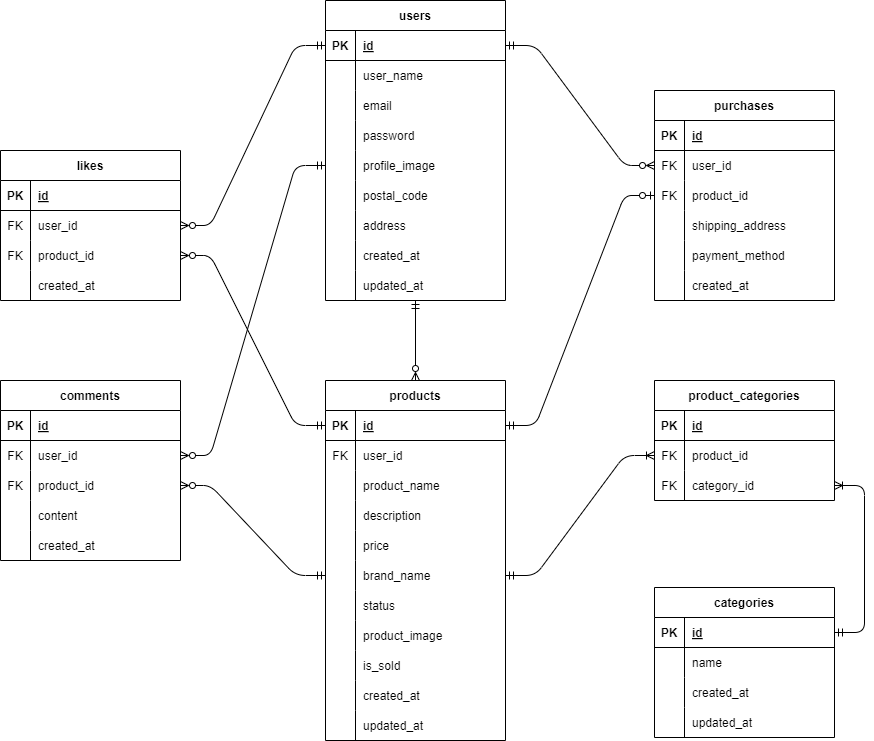
Before: flea-market.drawio.png, a diagram exported from draw.io (revoLeminA/flea-market). Source tidied: cells renumbered, new cells last; positions are measured from the earlier drawing's top-left corner, leaving out a move shared by most shapes.
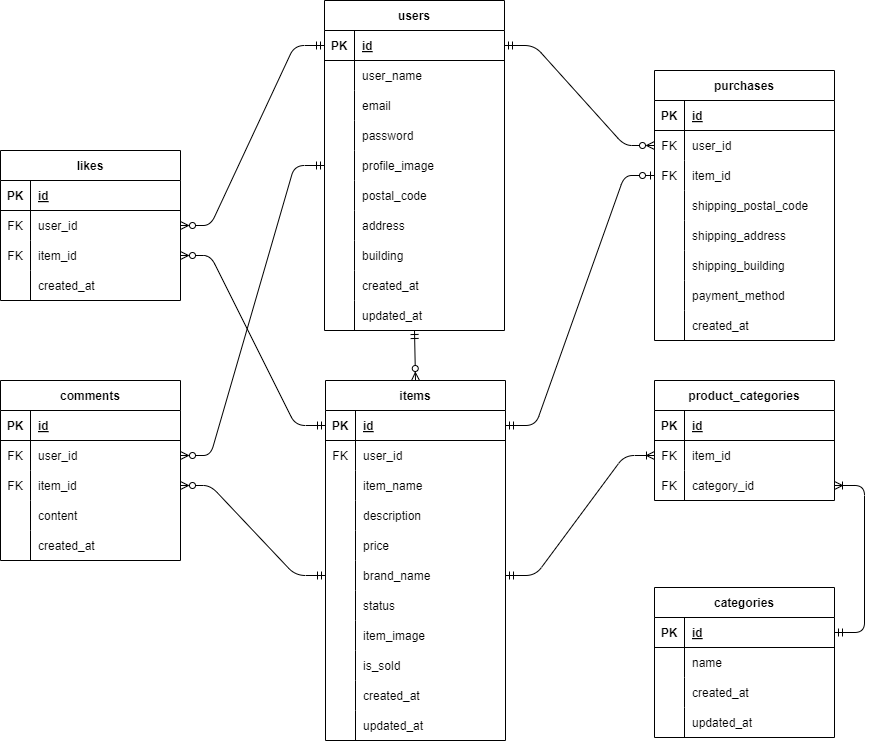
The same diagram one commit later.

Change to the diagram source:
```diff
@@ -3,7 +3,7 @@
     <mxCell id="0" />
     <mxCell id="1" parent="0" />
     <mxCell id="2" value="users" style="shape=table;startSize=30;rowLines=0;fontStyle=1;align=center;fontColor=#000000;fillColor=#FFFFFF;strokeColor=#000000;" parent="1" vertex="1">
-      <mxGeometry x="325" width="180" height="300" as="geometry" />
+      <mxGeometry x="324" width="180" height="330" as="geometry" />
     </mxCell>
     <mxCell id="3" style="shape=tableRow;horizontal=0;startSize=0;swimlaneHead=0;swimlaneBody=0;fillColor=none;points=[[0,0.5],[1,0.5]];portConstraint=eastwest;top=0;left=0;right=0;bottom=1;strokeColor=#000000;fontColor=#000000;" parent="2" vertex="1">
       <mxGeometry y="30" width="180" height="30" as="geometry" />
@@ -74,7 +74,7 @@
     <mxCell id="25" style="shape=partialRectangle;fillColor=none;top=0;left=0;bottom=0;right=0;overflow=hidden;strokeColor=#000000;fontColor=#000000;" parent="24" vertex="1">
       <mxGeometry width="30" height="30" as="geometry" />
     </mxCell>
-    <mxCell id="26" value="created_at" style="shape=partialRectangle;fillColor=none;top=0;left=0;bottom=0;right=0;align=left;spacingLeft=6;overflow=hidden;strokeColor=#000000;fontColor=#000000;" parent="24" vertex="1">
+    <mxCell id="26" value="building" style="shape=partialRectangle;fillColor=none;top=0;left=0;bottom=0;right=0;align=left;spacingLeft=6;overflow=hidden;strokeColor=#000000;fontColor=#000000;" parent="24" vertex="1">
       <mxGeometry x="30" width="150" height="30" as="geometry" />
     </mxCell>
     <mxCell id="27" style="shape=tableRow;horizontal=0;startSize=0;swimlaneHead=0;swimlaneBody=0;fillColor=none;points=[[0,0.5],[1,0.5]];portConstraint=eastwest;top=0;left=0;right=0;bottom=0;strokeColor=#000000;fontColor=#000000;" parent="2" vertex="1">
@@ -83,10 +83,19 @@
     <mxCell id="28" style="shape=partialRectangle;fillColor=none;top=0;left=0;bottom=0;right=0;overflow=hidden;strokeColor=#000000;fontColor=#000000;" parent="27" vertex="1">
       <mxGeometry width="30" height="30" as="geometry" />
     </mxCell>
-    <mxCell id="29" value="updated_at" style="shape=partialRectangle;fillColor=none;top=0;left=0;bottom=0;right=0;align=left;spacingLeft=6;overflow=hidden;strokeColor=#000000;fontColor=#000000;" parent="27" vertex="1">
+    <mxCell id="29" value="created_at" style="shape=partialRectangle;fillColor=none;top=0;left=0;bottom=0;right=0;align=left;spacingLeft=6;overflow=hidden;strokeColor=#000000;fontColor=#000000;" parent="27" vertex="1">
       <mxGeometry x="30" width="150" height="30" as="geometry" />
     </mxCell>
+    <mxCell id="144" style="shape=tableRow;horizontal=0;startSize=0;swimlaneHead=0;swimlaneBody=0;fillColor=none;points=[[0,0.5],[1,0.5]];portConstraint=eastwest;top=0;left=0;right=0;bottom=0;strokeColor=#000000;fontColor=#000000;" parent="2" vertex="1">
+      <mxGeometry y="300" width="180" height="30" as="geometry" />
+    </mxCell>
+    <mxCell id="145" style="shape=partialRectangle;fillColor=none;top=0;left=0;bottom=0;right=0;overflow=hidden;strokeColor=#000000;fontColor=#000000;" parent="144" vertex="1">
+      <mxGeometry width="30" height="30" as="geometry" />
+    </mxCell>
+    <mxCell id="146" value="updated_at" style="shape=partialRectangle;fillColor=none;top=0;left=0;bottom=0;right=0;align=left;spacingLeft=6;overflow=hidden;strokeColor=#000000;fontColor=#000000;" parent="144" vertex="1">
+      <mxGeometry x="30" width="150" height="30" as="geometry" />
+    </mxCell>
-    <mxCell id="30" value="products" style="shape=table;startSize=30;rowLines=0;fontStyle=1;align=center;fontColor=#000000;fillColor=#FFFFFF;strokeColor=#000000;" parent="1" vertex="1">
+    <mxCell id="30" value="items" style="shape=table;startSize=30;rowLines=0;fontStyle=1;align=center;fontColor=#000000;fillColor=#FFFFFF;strokeColor=#000000;" parent="1" vertex="1">
       <mxGeometry x="325" y="380" width="180" height="360" as="geometry" />
     </mxCell>
     <mxCell id="31" style="shape=tableRow;horizontal=0;startSize=0;swimlaneHead=0;swimlaneBody=0;fillColor=none;points=[[0,0.5],[1,0.5]];portConstraint=eastwest;top=0;left=0;right=0;bottom=1;strokeColor=#000000;fontColor=#000000;" parent="30" vertex="1">
@@ -113,7 +122,7 @@
     <mxCell id="38" style="shape=partialRectangle;fillColor=none;top=0;left=0;bottom=0;right=0;overflow=hidden;strokeColor=#000000;fontColor=#000000;" parent="37" vertex="1">
       <mxGeometry width="30" height="30" as="geometry" />
     </mxCell>
-    <mxCell id="39" value="product_name" style="shape=partialRectangle;fillColor=none;top=0;left=0;bottom=0;right=0;align=left;spacingLeft=6;overflow=hidden;strokeColor=#000000;fontColor=#000000;" parent="37" vertex="1">
+    <mxCell id="39" value="item_name" style="shape=partialRectangle;fillColor=none;top=0;left=0;bottom=0;right=0;align=left;spacingLeft=6;overflow=hidden;strokeColor=#000000;fontColor=#000000;" parent="37" vertex="1">
       <mxGeometry x="30" width="150" height="30" as="geometry" />
     </mxCell>
     <mxCell id="40" style="shape=tableRow;horizontal=0;startSize=0;swimlaneHead=0;swimlaneBody=0;fillColor=none;top=0;left=0;right=0;bottom=0;strokeColor=#000000;fontColor=#000000;" parent="30" vertex="1">
@@ -158,7 +167,7 @@
     <mxCell id="53" style="shape=partialRectangle;fillColor=none;top=0;left=0;bottom=0;right=0;overflow=hidden;strokeColor=#000000;fontColor=#000000;" parent="52" vertex="1">
       <mxGeometry width="30" height="30" as="geometry" />
     </mxCell>
-    <mxCell id="54" value="product_image" style="shape=partialRectangle;fillColor=none;top=0;left=0;bottom=0;right=0;align=left;spacingLeft=6;overflow=hidden;strokeColor=#000000;fontColor=#000000;" parent="52" vertex="1">
+    <mxCell id="54" value="item_image" style="shape=partialRectangle;fillColor=none;top=0;left=0;bottom=0;right=0;align=left;spacingLeft=6;overflow=hidden;strokeColor=#000000;fontColor=#000000;" parent="52" vertex="1">
       <mxGeometry x="30" width="150" height="30" as="geometry" />
     </mxCell>
     <mxCell id="55" style="shape=tableRow;horizontal=0;startSize=0;swimlaneHead=0;swimlaneBody=0;fillColor=none;top=0;left=0;right=0;bottom=0;strokeColor=#000000;fontColor=#000000;" parent="30" vertex="1">
@@ -215,7 +224,7 @@
     <mxCell id="72" value="FK" style="shape=partialRectangle;fillColor=none;top=0;left=0;bottom=0;right=0;overflow=hidden;strokeColor=#000000;fontColor=#000000;" parent="71" vertex="1">
       <mxGeometry width="30" height="30" as="geometry" />
     </mxCell>
-    <mxCell id="73" value="product_id" style="shape=partialRectangle;fillColor=none;top=0;left=0;bottom=0;right=0;align=left;spacingLeft=6;overflow=hidden;strokeColor=#000000;fontColor=#000000;" parent="71" vertex="1">
+    <mxCell id="73" value="item_id" style="shape=partialRectangle;fillColor=none;top=0;left=0;bottom=0;right=0;align=left;spacingLeft=6;overflow=hidden;strokeColor=#000000;fontColor=#000000;" parent="71" vertex="1">
       <mxGeometry x="30" width="150" height="30" as="geometry" />
     </mxCell>
     <mxCell id="74" style="shape=tableRow;horizontal=0;startSize=0;swimlaneHead=0;swimlaneBody=0;fillColor=none;top=0;left=0;right=0;bottom=0;strokeColor=#000000;fontColor=#000000;" parent="64" vertex="1">
@@ -254,7 +263,7 @@
     <mxCell id="85" value="FK" style="shape=partialRectangle;fillColor=none;top=0;left=0;bottom=0;right=0;overflow=hidden;strokeColor=#000000;fontColor=#000000;" parent="84" vertex="1">
       <mxGeometry width="30" height="30" as="geometry" />
     </mxCell>
-    <mxCell id="86" value="product_id" style="shape=partialRectangle;fillColor=none;top=0;left=0;bottom=0;right=0;align=left;spacingLeft=6;overflow=hidden;strokeColor=#000000;fontColor=#000000;" parent="84" vertex="1">
+    <mxCell id="86" value="item_id" style="shape=partialRectangle;fillColor=none;top=0;left=0;bottom=0;right=0;align=left;spacingLeft=6;overflow=hidden;strokeColor=#000000;fontColor=#000000;" parent="84" vertex="1">
       <mxGeometry x="30" width="150" height="30" as="geometry" />
     </mxCell>
     <mxCell id="87" style="shape=tableRow;horizontal=0;startSize=0;swimlaneHead=0;swimlaneBody=0;fillColor=none;top=0;left=0;right=0;bottom=0;strokeColor=#000000;fontColor=#000000;" parent="77" vertex="1">
@@ -276,7 +285,7 @@
       <mxGeometry x="30" width="150" height="30" as="geometry" />
     </mxCell>
     <mxCell id="93" value="purchases" style="shape=table;startSize=30;rowLines=0;fontStyle=1;align=center;fontColor=#000000;fillColor=#FFFFFF;strokeColor=#000000;" parent="1" vertex="1">
-      <mxGeometry x="654" y="90" width="180" height="210" as="geometry" />
+      <mxGeometry x="654" y="70" width="180" height="270" as="geometry" />
     </mxCell>
     <mxCell id="94" style="shape=tableRow;horizontal=0;startSize=0;swimlaneHead=0;swimlaneBody=0;fillColor=none;top=0;left=0;right=0;bottom=1;strokeColor=#000000;fontColor=#000000;" parent="93" vertex="1">
       <mxGeometry y="30" width="180" height="30" as="geometry" />
@@ -302,7 +311,7 @@
     <mxCell id="101" value="FK" style="shape=partialRectangle;fillColor=none;top=0;left=0;bottom=0;right=0;overflow=hidden;strokeColor=#000000;fontColor=#000000;" parent="100" vertex="1">
       <mxGeometry width="30" height="30" as="geometry" />
     </mxCell>
-    <mxCell id="102" value="product_id" style="shape=partialRectangle;fillColor=none;top=0;left=0;bottom=0;right=0;align=left;spacingLeft=6;overflow=hidden;strokeColor=#000000;fontColor=#000000;" parent="100" vertex="1">
+    <mxCell id="102" value="item_id" style="shape=partialRectangle;fillColor=none;top=0;left=0;bottom=0;right=0;align=left;spacingLeft=6;overflow=hidden;strokeColor=#000000;fontColor=#000000;" parent="100" vertex="1">
       <mxGeometry x="30" width="150" height="30" as="geometry" />
     </mxCell>
     <mxCell id="103" style="shape=tableRow;horizontal=0;startSize=0;swimlaneHead=0;swimlaneBody=0;fillColor=none;top=0;left=0;right=0;bottom=0;strokeColor=#000000;fontColor=#000000;" parent="93" vertex="1">
@@ -311,7 +320,7 @@
     <mxCell id="104" style="shape=partialRectangle;fillColor=none;top=0;left=0;bottom=0;right=0;overflow=hidden;strokeColor=#000000;fontColor=#000000;" parent="103" vertex="1">
       <mxGeometry width="30" height="30" as="geometry" />
     </mxCell>
-    <mxCell id="105" value="shipping_address" style="shape=partialRectangle;fillColor=none;top=0;left=0;bottom=0;right=0;align=left;spacingLeft=6;overflow=hidden;strokeColor=#000000;fontColor=#000000;" parent="103" vertex="1">
+    <mxCell id="105" value="shipping_postal_code" style="shape=partialRectangle;fillColor=none;top=0;left=0;bottom=0;right=0;align=left;spacingLeft=6;overflow=hidden;strokeColor=#000000;fontColor=#000000;" parent="103" vertex="1">
       <mxGeometry x="30" width="150" height="30" as="geometry" />
     </mxCell>
     <mxCell id="106" style="shape=tableRow;horizontal=0;startSize=0;swimlaneHead=0;swimlaneBody=0;fillColor=none;top=0;left=0;right=0;bottom=0;strokeColor=#000000;fontColor=#000000;" parent="93" vertex="1">
@@ -320,7 +329,7 @@
     <mxCell id="107" style="shape=partialRectangle;fillColor=none;top=0;left=0;bottom=0;right=0;overflow=hidden;strokeColor=#000000;fontColor=#000000;" parent="106" vertex="1">
       <mxGeometry width="30" height="30" as="geometry" />
     </mxCell>
-    <mxCell id="108" value="payment_method" style="shape=partialRectangle;fillColor=none;top=0;left=0;bottom=0;right=0;align=left;spacingLeft=6;overflow=hidden;strokeColor=#000000;fontColor=#000000;" parent="106" vertex="1">
+    <mxCell id="108" value="shipping_address" style="shape=partialRectangle;fillColor=none;top=0;left=0;bottom=0;right=0;align=left;spacingLeft=6;overflow=hidden;strokeColor=#000000;fontColor=#000000;" parent="106" vertex="1">
       <mxGeometry x="30" width="150" height="30" as="geometry" />
     </mxCell>
     <mxCell id="109" style="shape=tableRow;horizontal=0;startSize=0;swimlaneHead=0;swimlaneBody=0;fillColor=none;top=0;left=0;right=0;bottom=0;strokeColor=#000000;fontColor=#000000;" parent="93" vertex="1">
@@ -329,9 +338,27 @@
     <mxCell id="110" style="shape=partialRectangle;fillColor=none;top=0;left=0;bottom=0;right=0;overflow=hidden;strokeColor=#000000;fontColor=#000000;" parent="109" vertex="1">
       <mxGeometry width="30" height="30" as="geometry" />
     </mxCell>
-    <mxCell id="111" value="created_at" style="shape=partialRectangle;fillColor=none;top=0;left=0;bottom=0;right=0;align=left;spacingLeft=6;overflow=hidden;strokeColor=#000000;fontColor=#000000;" parent="109" vertex="1">
+    <mxCell id="111" value="shipping_building" style="shape=partialRectangle;fillColor=none;top=0;left=0;bottom=0;right=0;align=left;spacingLeft=6;overflow=hidden;strokeColor=#000000;fontColor=#000000;" parent="109" vertex="1">
       <mxGeometry x="30" width="150" height="30" as="geometry" />
     </mxCell>
+    <mxCell id="147" style="shape=tableRow;horizontal=0;startSize=0;swimlaneHead=0;swimlaneBody=0;fillColor=none;top=0;left=0;right=0;bottom=0;strokeColor=#000000;fontColor=#000000;" parent="93" vertex="1">
+      <mxGeometry y="210" width="180" height="30" as="geometry" />
+    </mxCell>
+    <mxCell id="148" style="shape=partialRectangle;fillColor=none;top=0;left=0;bottom=0;right=0;overflow=hidden;strokeColor=#000000;fontColor=#000000;" parent="147" vertex="1">
+      <mxGeometry width="30" height="30" as="geometry" />
+    </mxCell>
+    <mxCell id="149" value="payment_method" style="shape=partialRectangle;fillColor=none;top=0;left=0;bottom=0;right=0;align=left;spacingLeft=6;overflow=hidden;strokeColor=#000000;fontColor=#000000;" parent="147" vertex="1">
+      <mxGeometry x="30" width="150" height="30" as="geometry" />
+    </mxCell>
+    <mxCell id="150" style="shape=tableRow;horizontal=0;startSize=0;swimlaneHead=0;swimlaneBody=0;fillColor=none;top=0;left=0;right=0;bottom=0;strokeColor=#000000;fontColor=#000000;" parent="93" vertex="1">
+      <mxGeometry y="240" width="180" height="30" as="geometry" />
+    </mxCell>
+    <mxCell id="151" style="shape=partialRectangle;fillColor=none;top=0;left=0;bottom=0;right=0;overflow=hidden;strokeColor=#000000;fontColor=#000000;" parent="150" vertex="1">
+      <mxGeometry width="30" height="30" as="geometry" />
+    </mxCell>
+    <mxCell id="152" value="created_at" style="shape=partialRectangle;fillColor=none;top=0;left=0;bottom=0;right=0;align=left;spacingLeft=6;overflow=hidden;strokeColor=#000000;fontColor=#000000;" parent="150" vertex="1">
+      <mxGeometry x="30" width="150" height="30" as="geometry" />
+    </mxCell>
     <mxCell id="112" value="product_categories" style="shape=table;startSize=30;rowLines=0;fontStyle=1;align=center;fontColor=#000000;fillColor=#FFFFFF;strokeColor=#000000;" parent="1" vertex="1">
       <mxGeometry x="654" y="380" width="180" height="120" as="geometry" />
     </mxCell>
@@ -350,7 +377,7 @@
     <mxCell id="117" value="FK" style="shape=partialRectangle;fillColor=none;top=0;left=0;bottom=0;right=0;overflow=hidden;strokeColor=#000000;fontColor=#000000;" parent="116" vertex="1">
       <mxGeometry width="30" height="30" as="geometry" />
     </mxCell>
-    <mxCell id="118" value="product_id" style="shape=partialRectangle;fillColor=none;top=0;left=0;bottom=0;right=0;align=left;spacingLeft=6;overflow=hidden;strokeColor=#000000;fontColor=#000000;" parent="116" vertex="1">
+    <mxCell id="118" value="item_id" style="shape=partialRectangle;fillColor=none;top=0;left=0;bottom=0;right=0;align=left;spacingLeft=6;overflow=hidden;strokeColor=#000000;fontColor=#000000;" parent="116" vertex="1">
       <mxGeometry x="30" width="150" height="30" as="geometry" />
     </mxCell>
     <mxCell id="119" style="shape=tableRow;horizontal=0;startSize=0;swimlaneHead=0;swimlaneBody=0;fillColor=none;top=0;left=0;right=0;bottom=0;strokeColor=#000000;fontColor=#000000;" parent="112" vertex="1">
@@ -401,7 +428,7 @@
     <mxCell id="134" value="updated_at" style="shape=partialRectangle;fillColor=none;top=0;left=0;bottom=0;right=0;align=left;spacingLeft=6;overflow=hidden;strokeColor=#000000;fontColor=#000000;" parent="132" vertex="1">
       <mxGeometry x="30" width="150" height="30" as="geometry" />
     </mxCell>
-    <mxCell id="135" style="fontSize=12;html=1;endArrow=ERmandOne;endFill=0;startArrow=ERzeroToMany;fontColor=#000000;exitX=0.5;exitY=0;exitDx=0;exitDy=0;strokeColor=#000000;startFill=0;" parent="1" edge="1" source="30" target="27">
+    <mxCell id="135" style="fontSize=12;html=1;endArrow=ERmandOne;endFill=0;startArrow=ERzeroToMany;fontColor=#000000;exitX=0.5;exitY=0;exitDx=0;exitDy=0;strokeColor=#000000;startFill=0;entryX=0.5;entryY=1;entryDx=0;entryDy=0;entryPerimeter=0;" parent="1" edge="1" source="30" target="144">
       <mxGeometry relative="1" as="geometry" />
     </mxCell>
     <mxCell id="136" style="edgeStyle=entityRelationEdgeStyle;fontSize=12;html=1;endArrow=ERmandOne;startArrow=ERzeroToMany;strokeColor=#000000;fontColor=#000000;exitX=1;exitY=0.5;exitDx=0;exitDy=0;entryX=0;entryY=0.5;entryDx=0;entryDy=0;endFill=0;startFill=0;" parent="1" edge="1" source="81" target="15">
```
